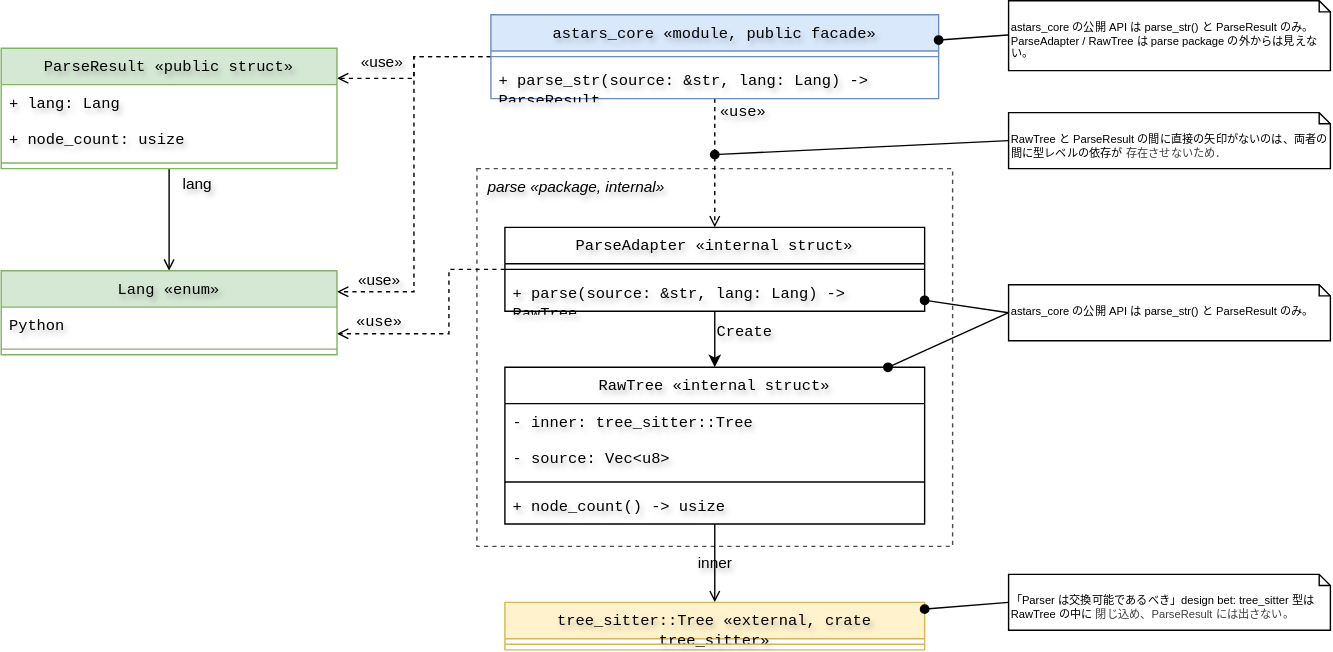
This is docs/architecture/core-parse-spike.drawio.svg from xwasoux/astars, a draw.io export, as it was before one commit. Source tidied: cells renumbered, new cells last; positions are measured from the earlier drawing's top-left corner, leaving out a move shared by most shapes.
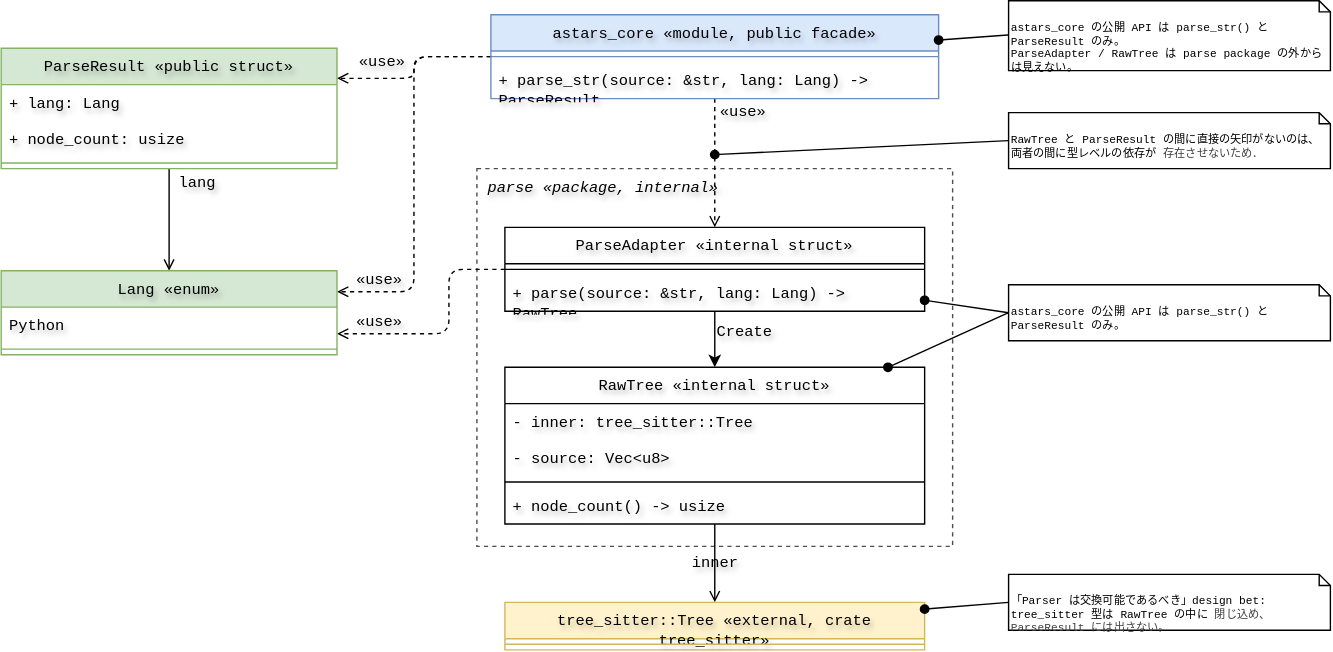
Later version of the same file.

Change to the diagram source:
```diff
@@ -2,19 +2,19 @@
   <root>
     <mxCell id="0" />
     <mxCell id="1" parent="0" />
-    <mxCell id="2" value="parse «package, internal»" style="rounded=0;dashed=1;fillColor=none;strokeColor=#4D4D4D;verticalAlign=top;fontStyle=2;align=left;spacingLeft=6;fontSize=11;textShadow=1;labelBackgroundColor=none;" parent="1" vertex="1">
+    <mxCell id="2" value="parse «package, internal»" style="rounded=0;dashed=1;fillColor=none;strokeColor=#4D4D4D;verticalAlign=top;fontStyle=2;align=left;spacingLeft=6;fontSize=11;textShadow=1;labelBackgroundColor=none;fontFamily=monospace;" parent="1" vertex="1">
       <mxGeometry x="340" y="120" width="340" height="270" as="geometry" />
     </mxCell>
-    <mxCell id="3" value="«use»" style="edgeStyle=orthogonalEdgeStyle;rounded=0;html=1;endArrow=open;endFill=0;dashed=1;textShadow=1;entryX=1;entryY=0.25;entryDx=0;entryDy=0;labelBackgroundColor=none;" parent="1" edge="1" source="19" target="26">
+    <mxCell id="3" value="«use»" style="edgeStyle=orthogonalEdgeStyle;rounded=1;html=1;endArrow=open;endFill=0;dashed=1;textShadow=1;entryX=1;entryY=0.25;entryDx=0;entryDy=0;labelBackgroundColor=none;curved=0;fontFamily=monospace;" parent="1" edge="1" source="19" target="26">
       <mxGeometry x="0.78" y="-8" relative="1" as="geometry" />
     </mxCell>
-    <mxCell id="4" value="«use»" style="edgeStyle=orthogonalEdgeStyle;rounded=0;html=1;endArrow=open;endFill=0;dashed=1;textShadow=1;entryX=1;entryY=0.25;entryDx=0;entryDy=0;labelBackgroundColor=none;" parent="1" edge="1" source="19" target="22">
+    <mxCell id="4" value="«use»" style="edgeStyle=orthogonalEdgeStyle;rounded=1;html=1;endArrow=open;endFill=0;dashed=1;textShadow=1;entryX=1;entryY=0.25;entryDx=0;entryDy=0;labelBackgroundColor=none;curved=0;fontFamily=monospace;" parent="1" edge="1" source="19" target="22">
       <mxGeometry x="0.5" y="-12" relative="1" as="geometry" />
     </mxCell>
     <mxCell id="5" value="&lt;span&gt;«use»&lt;/span&gt;" style="edgeStyle=orthogonalEdgeStyle;rounded=0;html=1;endArrow=open;endFill=0;dashed=1;textShadow=1;labelBackgroundColor=none;fontFamily=monospace;entryX=0.5;entryY=0;entryDx=0;entryDy=0;exitX=0.5;exitY=1;exitDx=0;exitDy=0;" parent="1" edge="1" source="19" target="16">
       <mxGeometry x="-0.78" y="20" relative="1" as="geometry" />
     </mxCell>
-    <mxCell id="6" value="«use»" style="edgeStyle=orthogonalEdgeStyle;rounded=0;html=1;endArrow=open;endFill=0;dashed=1;textShadow=1;labelBackgroundColor=none;fontFamily=monospace;entryX=1;entryY=0.75;entryDx=0;entryDy=0;" parent="1" edge="1" source="16" target="26">
+    <mxCell id="6" value="«use»" style="edgeStyle=orthogonalEdgeStyle;rounded=1;html=1;endArrow=open;endFill=0;dashed=1;textShadow=1;labelBackgroundColor=none;fontFamily=monospace;entryX=1;entryY=0.75;entryDx=0;entryDy=0;curved=0;" parent="1" edge="1" source="16" target="26">
       <mxGeometry x="0.64" y="-8" relative="1" as="geometry">
         <Array as="points">
           <mxPoint x="320" y="192" />
@@ -22,13 +22,13 @@
         </Array>
       </mxGeometry>
     </mxCell>
-    <mxCell id="7" value="lang" style="edgeStyle=orthogonalEdgeStyle;rounded=0;html=1;endArrow=open;endFill=0;textShadow=1;exitX=0.5;exitY=1;exitDx=0;exitDy=0;entryX=0.5;entryY=0;entryDx=0;entryDy=0;labelBackgroundColor=none;" parent="1" edge="1" source="22" target="26">
+    <mxCell id="7" value="lang" style="edgeStyle=orthogonalEdgeStyle;rounded=0;html=1;endArrow=open;endFill=0;textShadow=1;exitX=0.5;exitY=1;exitDx=0;exitDy=0;entryX=0.5;entryY=0;entryDx=0;entryDy=0;labelBackgroundColor=none;fontFamily=monospace;" parent="1" edge="1" source="22" target="26">
       <mxGeometry x="-0.71" y="20" relative="1" as="geometry" />
     </mxCell>
-    <mxCell id="8" value="inner" style="edgeStyle=orthogonalEdgeStyle;rounded=0;html=1;endArrow=open;endFill=0;textShadow=1;labelBackgroundColor=none;entryX=0.5;entryY=0;entryDx=0;entryDy=0;" parent="1" edge="1" source="9" target="29">
+    <mxCell id="8" value="inner" style="edgeStyle=orthogonalEdgeStyle;rounded=0;html=1;endArrow=open;endFill=0;textShadow=1;labelBackgroundColor=none;entryX=0.5;entryY=0;entryDx=0;entryDy=0;fontFamily=monospace;" parent="1" edge="1" source="9" target="29">
       <mxGeometry relative="1" as="geometry" />
     </mxCell>
-    <mxCell id="9" value="&lt;span style=&quot;color: rgb(0, 0, 0); font-family: monospace; font-size: 11px; font-weight: 400; text-align: left;&quot;&gt;RawTree «internal struct»&lt;/span&gt;" style="swimlane;fontStyle=1;align=center;verticalAlign=top;horizontal=1;startSize=26;whiteSpace=wrap;html=1;fontFamily=monospace;textShadow=1;labelBackgroundColor=none;" parent="1" vertex="1">
+    <mxCell id="9" value="&lt;span style=&quot;color: rgb(0, 0, 0); font-size: 11px; font-weight: 400; text-align: left;&quot;&gt;RawTree «internal struct»&lt;/span&gt;" style="swimlane;fontStyle=1;align=center;verticalAlign=top;horizontal=1;startSize=26;whiteSpace=wrap;html=1;fontFamily=monospace;textShadow=1;labelBackgroundColor=none;" parent="1" vertex="1">
       <mxGeometry x="360" y="262" width="300" height="112" as="geometry" />
     </mxCell>
     <mxCell id="10" value="&lt;span style=&quot;color: rgb(0, 0, 0); font-size: 11px;&quot;&gt;- inner: tree_sitter::Tree&lt;/span&gt;" style="text;strokeColor=none;fillColor=none;align=left;verticalAlign=top;spacingLeft=4;spacingRight=4;overflow=hidden;whiteSpace=wrap;html=1;fontFamily=monospace;textShadow=1;labelBackgroundColor=none;" parent="9" vertex="1">
@@ -37,16 +37,16 @@
     <mxCell id="11" value="&lt;span style=&quot;color: rgb(0, 0, 0); font-size: 11px;&quot;&gt;- source: Vec&amp;lt;u8&amp;gt;&lt;/span&gt;" style="text;strokeColor=none;fillColor=none;align=left;verticalAlign=top;spacingLeft=4;spacingRight=4;overflow=hidden;whiteSpace=wrap;html=1;fontFamily=monospace;textShadow=1;labelBackgroundColor=none;" parent="9" vertex="1">
       <mxGeometry y="52" width="300" height="26" as="geometry" />
     </mxCell>
-    <mxCell id="12" style="line;strokeWidth=1;fillColor=none;align=left;verticalAlign=middle;spacingTop=-1;spacingLeft=3;spacingRight=3;labelPosition=right;strokeColor=inherit;textShadow=1;labelBackgroundColor=none;" parent="9" vertex="1">
+    <mxCell id="12" style="line;strokeWidth=1;fillColor=none;align=left;verticalAlign=middle;spacingTop=-1;spacingLeft=3;spacingRight=3;labelPosition=right;strokeColor=inherit;textShadow=1;labelBackgroundColor=none;fontFamily=monospace;" parent="9" vertex="1">
       <mxGeometry y="78" width="300" height="8" as="geometry" />
     </mxCell>
     <mxCell id="13" value="&lt;span style=&quot;color: rgb(0, 0, 0); font-size: 11px;&quot;&gt;+ node_count() -&amp;gt; usize&lt;/span&gt;" style="text;strokeColor=none;fillColor=none;align=left;verticalAlign=top;spacingLeft=4;spacingRight=4;overflow=hidden;whiteSpace=wrap;html=1;fontFamily=monospace;textShadow=1;labelBackgroundColor=none;" parent="9" vertex="1">
       <mxGeometry y="86" width="300" height="26" as="geometry" />
     </mxCell>
-    <mxCell id="14" style="edgeStyle=none;html=1;exitX=0.5;exitY=1;exitDx=0;exitDy=0;entryX=0.5;entryY=0;entryDx=0;entryDy=0;textShadow=1;labelBackgroundColor=none;" parent="1" edge="1" source="16" target="9">
+    <mxCell id="14" style="edgeStyle=none;html=1;exitX=0.5;exitY=1;exitDx=0;exitDy=0;entryX=0.5;entryY=0;entryDx=0;entryDy=0;textShadow=1;labelBackgroundColor=none;fontFamily=monospace;" parent="1" edge="1" source="16" target="9">
       <mxGeometry relative="1" as="geometry" />
     </mxCell>
-    <mxCell id="15" value="&lt;font face=&quot;monospace&quot;&gt;Create&lt;/font&gt;" style="edgeLabel;html=1;align=center;verticalAlign=middle;textShadow=1;labelBackgroundColor=none;" parent="14" vertex="1">
+    <mxCell id="15" value="&lt;font&gt;Create&lt;/font&gt;" style="edgeLabel;html=1;align=center;verticalAlign=middle;textShadow=1;labelBackgroundColor=none;fontFamily=monospace;" parent="14" vertex="1">
       <mxGeometry x="-0.45" y="1" relative="1" as="geometry">
         <mxPoint x="19" y="3" as="offset" />
       </mxGeometry>
@@ -54,7 +54,7 @@
     <mxCell id="16" value="&lt;span style=&quot;color: rgb(0, 0, 0); font-size: 11px; font-weight: 400; text-align: left;&quot;&gt;ParseAdapter «internal struct»&lt;/span&gt;" style="swimlane;fontStyle=1;align=center;verticalAlign=top;horizontal=1;startSize=26;whiteSpace=wrap;html=1;fontFamily=monospace;textShadow=1;labelBackgroundColor=none;" parent="1" vertex="1">
       <mxGeometry x="360" y="162" width="300" height="60" as="geometry" />
     </mxCell>
-    <mxCell id="17" style="line;strokeWidth=1;fillColor=none;align=left;verticalAlign=middle;spacingTop=-1;spacingLeft=3;spacingRight=3;labelPosition=right;strokeColor=inherit;textShadow=1;labelBackgroundColor=none;" parent="16" vertex="1">
+    <mxCell id="17" style="line;strokeWidth=1;fillColor=none;align=left;verticalAlign=middle;spacingTop=-1;spacingLeft=3;spacingRight=3;labelPosition=right;strokeColor=inherit;textShadow=1;labelBackgroundColor=none;fontFamily=monospace;" parent="16" vertex="1">
       <mxGeometry y="26" width="300" height="8" as="geometry" />
     </mxCell>
     <mxCell id="18" value="&lt;span style=&quot;color: rgb(0, 0, 0); font-size: 11px;&quot;&gt;+ parse(source: &amp;amp;str, lang: Lang)&amp;nbsp;&lt;/span&gt;&lt;span style=&quot;color: rgb(0, 0, 0); font-size: 11px;&quot;&gt;-&amp;gt; RawTree&lt;/span&gt;" style="text;strokeColor=none;fillColor=none;align=left;verticalAlign=top;spacingLeft=4;spacingRight=4;overflow=hidden;whiteSpace=wrap;html=1;fontFamily=monospace;textShadow=1;labelBackgroundColor=none;" parent="16" vertex="1">
@@ -63,7 +63,7 @@
     <mxCell id="19" value="&lt;span style=&quot;color: rgb(0, 0, 0); font-size: 11px; font-weight: 400; text-align: left;&quot;&gt;astars_core «module, public facade»&lt;/span&gt;" style="swimlane;fontStyle=1;align=center;verticalAlign=top;horizontal=1;startSize=26;whiteSpace=wrap;html=1;fontFamily=monospace;textShadow=1;fillColor=#dae8fc;strokeColor=#6c8ebf;labelBackgroundColor=none;" parent="1" vertex="1">
       <mxGeometry x="350" y="10" width="320" height="60" as="geometry" />
     </mxCell>
-    <mxCell id="20" style="line;strokeWidth=1;fillColor=none;align=left;verticalAlign=middle;spacingTop=-1;spacingLeft=3;spacingRight=3;labelPosition=right;strokeColor=inherit;textShadow=1;labelBackgroundColor=none;" parent="19" vertex="1">
+    <mxCell id="20" style="line;strokeWidth=1;fillColor=none;align=left;verticalAlign=middle;spacingTop=-1;spacingLeft=3;spacingRight=3;labelPosition=right;strokeColor=inherit;textShadow=1;labelBackgroundColor=none;fontFamily=monospace;" parent="19" vertex="1">
       <mxGeometry y="26" width="320" height="8" as="geometry" />
     </mxCell>
     <mxCell id="21" value="&lt;span style=&quot;color: rgb(0, 0, 0); font-size: 11px;&quot;&gt;+ parse_str(source: &amp;amp;str, lang: Lang)&amp;nbsp;&lt;/span&gt;&lt;span style=&quot;color: rgb(0, 0, 0); font-size: 11px;&quot;&gt;-&amp;gt; ParseResult&lt;/span&gt;" style="text;strokeColor=none;fillColor=none;align=left;verticalAlign=top;spacingLeft=4;spacingRight=4;overflow=hidden;whiteSpace=wrap;html=1;fontFamily=monospace;textShadow=1;labelBackgroundColor=none;" parent="19" vertex="1">
@@ -78,7 +78,7 @@
     <mxCell id="24" value="&lt;span style=&quot;color: rgb(0, 0, 0); font-size: 11px;&quot;&gt;+ node_count: usize&lt;/span&gt;" style="text;strokeColor=none;fillColor=none;align=left;verticalAlign=top;spacingLeft=4;spacingRight=4;overflow=hidden;whiteSpace=wrap;html=1;fontFamily=monospace;textShadow=1;labelBackgroundColor=none;" parent="22" vertex="1">
       <mxGeometry y="52" width="240" height="26" as="geometry" />
     </mxCell>
-    <mxCell id="25" style="line;strokeWidth=1;fillColor=none;align=left;verticalAlign=middle;spacingTop=-1;spacingLeft=3;spacingRight=3;labelPosition=right;strokeColor=inherit;textShadow=1;labelBackgroundColor=none;" parent="22" vertex="1">
+    <mxCell id="25" style="line;strokeWidth=1;fillColor=none;align=left;verticalAlign=middle;spacingTop=-1;spacingLeft=3;spacingRight=3;labelPosition=right;strokeColor=inherit;textShadow=1;labelBackgroundColor=none;fontFamily=monospace;" parent="22" vertex="1">
       <mxGeometry y="78" width="240" height="8" as="geometry" />
     </mxCell>
     <mxCell id="26" value="&lt;span style=&quot;color: rgb(0, 0, 0); font-size: 11px; font-weight: 400; text-align: left;&quot;&gt;Lang «enum»&lt;/span&gt;" style="swimlane;fontStyle=1;align=center;verticalAlign=top;horizontal=1;startSize=26;whiteSpace=wrap;html=1;fontFamily=monospace;textShadow=1;fillColor=#d5e8d4;strokeColor=#82b366;labelBackgroundColor=none;" parent="1" vertex="1">
@@ -87,42 +87,42 @@
     <mxCell id="27" value="&lt;span style=&quot;color: rgb(0, 0, 0); font-size: 11px;&quot;&gt;Python&lt;/span&gt;" style="text;strokeColor=none;fillColor=none;align=left;verticalAlign=top;spacingLeft=4;spacingRight=4;overflow=hidden;whiteSpace=wrap;html=1;fontFamily=monospace;textShadow=1;labelBackgroundColor=none;" parent="26" vertex="1">
       <mxGeometry y="26" width="240" height="26" as="geometry" />
     </mxCell>
-    <mxCell id="28" style="line;strokeWidth=1;fillColor=none;align=left;verticalAlign=middle;spacingTop=-1;spacingLeft=3;spacingRight=3;labelPosition=right;strokeColor=inherit;textShadow=1;labelBackgroundColor=none;" parent="26" vertex="1">
+    <mxCell id="28" style="line;strokeWidth=1;fillColor=none;align=left;verticalAlign=middle;spacingTop=-1;spacingLeft=3;spacingRight=3;labelPosition=right;strokeColor=inherit;textShadow=1;labelBackgroundColor=none;fontFamily=monospace;" parent="26" vertex="1">
       <mxGeometry y="52" width="240" height="8" as="geometry" />
     </mxCell>
     <mxCell id="29" value="&lt;span style=&quot;color: rgb(0, 0, 0); font-size: 11px; font-weight: 400; text-align: left;&quot;&gt;tree_sitter::Tree «external, crate tree_sitter»&lt;/span&gt;" style="swimlane;fontStyle=1;align=center;verticalAlign=top;horizontal=1;startSize=26;whiteSpace=wrap;html=1;fontFamily=monospace;textShadow=1;fillColor=#fff2cc;strokeColor=#d6b656;labelBackgroundColor=none;" parent="1" vertex="1">
       <mxGeometry x="360" y="430" width="300" height="34" as="geometry" />
     </mxCell>
-    <mxCell id="30" style="line;strokeWidth=1;fillColor=none;align=left;verticalAlign=middle;spacingTop=-1;spacingLeft=3;spacingRight=3;labelPosition=right;strokeColor=inherit;textShadow=1;labelBackgroundColor=none;" parent="29" vertex="1">
+    <mxCell id="30" style="line;strokeWidth=1;fillColor=none;align=left;verticalAlign=middle;spacingTop=-1;spacingLeft=3;spacingRight=3;labelPosition=right;strokeColor=inherit;textShadow=1;labelBackgroundColor=none;fontFamily=monospace;" parent="29" vertex="1">
       <mxGeometry y="26" width="300" height="8" as="geometry" />
     </mxCell>
-    <mxCell id="31" style="edgeStyle=none;html=1;exitX=0.261;exitY=0.4;exitDx=0;exitDy=0;exitPerimeter=0;endArrow=oval;endFill=1;" parent="1" edge="1" source="32" target="19">
+    <mxCell id="31" style="edgeStyle=none;html=1;exitX=0.261;exitY=0.4;exitDx=0;exitDy=0;exitPerimeter=0;endArrow=oval;endFill=1;fontFamily=monospace;" parent="1" edge="1" source="32" target="19">
       <mxGeometry relative="1" as="geometry" />
     </mxCell>
-    <mxCell id="32" value="&lt;span style=&quot;color: rgb(0, 0, 0);&quot;&gt;astars_core の公開 API は parse_str() と ParseResult のみ。&lt;br&gt;&lt;/span&gt;&lt;div&gt;&lt;span style=&quot;color: rgb(0, 0, 0);&quot;&gt;ParseAdapter / RawTree は parse package の外からは見えない。&lt;/span&gt;&lt;/div&gt;" style="shape=note2;boundedLbl=1;whiteSpace=wrap;html=1;size=8;verticalAlign=top;align=left;fontSize=8;" parent="1" vertex="1">
+    <mxCell id="32" value="&lt;span style=&quot;color: rgb(0, 0, 0);&quot;&gt;astars_core の公開 API は parse_str() と ParseResult のみ。&lt;br&gt;&lt;/span&gt;&lt;div&gt;&lt;span style=&quot;color: rgb(0, 0, 0);&quot;&gt;ParseAdapter / RawTree は parse package の外からは見えない。&lt;/span&gt;&lt;/div&gt;" style="shape=note2;boundedLbl=1;whiteSpace=wrap;html=1;size=8;verticalAlign=top;align=left;fontSize=8;fontFamily=monospace;" parent="1" vertex="1">
       <mxGeometry x="720" width="230" height="50" as="geometry" />
     </mxCell>
-    <mxCell id="33" style="edgeStyle=none;html=1;exitX=0;exitY=0.5;exitDx=0;exitDy=0;exitPerimeter=0;endArrow=oval;endFill=1;" parent="1" edge="1" source="34" target="16">
+    <mxCell id="33" style="edgeStyle=none;html=1;exitX=0;exitY=0.5;exitDx=0;exitDy=0;exitPerimeter=0;endArrow=oval;endFill=1;fontFamily=monospace;" parent="1" edge="1" source="34" target="16">
       <mxGeometry relative="1" as="geometry" />
     </mxCell>
-    <mxCell id="34" value="&lt;span style=&quot;color: rgb(0, 0, 0);&quot;&gt;astars_core の公開 API は parse_str() と ParseResult のみ。&lt;/span&gt;" style="shape=note2;boundedLbl=1;whiteSpace=wrap;html=1;size=8;verticalAlign=top;align=left;fontSize=8;" parent="1" vertex="1">
+    <mxCell id="34" value="&lt;span style=&quot;color: rgb(0, 0, 0);&quot;&gt;astars_core の公開 API は parse_str() と ParseResult のみ。&lt;/span&gt;" style="shape=note2;boundedLbl=1;whiteSpace=wrap;html=1;size=8;verticalAlign=top;align=left;fontSize=8;fontFamily=monospace;" parent="1" vertex="1">
       <mxGeometry x="720" y="203" width="230" height="40" as="geometry" />
     </mxCell>
-    <mxCell id="35" style="edgeStyle=none;html=1;exitX=0;exitY=0.5;exitDx=0;exitDy=0;exitPerimeter=0;endArrow=oval;endFill=1;" parent="1" edge="1" source="34" target="9">
+    <mxCell id="35" style="edgeStyle=none;html=1;exitX=0;exitY=0.5;exitDx=0;exitDy=0;exitPerimeter=0;endArrow=oval;endFill=1;fontFamily=monospace;" parent="1" edge="1" source="34" target="9">
       <mxGeometry relative="1" as="geometry" />
     </mxCell>
-    <mxCell id="36" style="edgeStyle=none;html=1;exitX=0;exitY=0.5;exitDx=0;exitDy=0;exitPerimeter=0;endArrow=oval;endFill=1;" parent="1" edge="1" source="37" target="29">
+    <mxCell id="36" style="edgeStyle=none;html=1;exitX=0;exitY=0.5;exitDx=0;exitDy=0;exitPerimeter=0;endArrow=oval;endFill=1;fontFamily=monospace;" parent="1" edge="1" source="37" target="29">
       <mxGeometry relative="1" as="geometry" />
     </mxCell>
-    <mxCell id="37" value="「Parser は交換可能であるべき」design bet: tree_sitter 型は RawTree の中に&lt;span style=&quot;color: rgb(63, 63, 63); background-color: transparent;&quot;&gt;閉じ込め、ParseResult には出さない。&lt;/span&gt;" style="shape=note2;boundedLbl=1;whiteSpace=wrap;html=1;size=8;verticalAlign=top;align=left;fontSize=8;" parent="1" vertex="1">
+    <mxCell id="37" value="「Parser は交換可能であるべき」design bet: tree_sitter 型は RawTree の中に&lt;span style=&quot;color: rgb(63, 63, 63); background-color: transparent;&quot;&gt;閉じ込め、ParseResult には出さない。&lt;/span&gt;" style="shape=note2;boundedLbl=1;whiteSpace=wrap;html=1;size=8;verticalAlign=top;align=left;fontSize=8;fontFamily=monospace;" parent="1" vertex="1">
       <mxGeometry x="720" y="410" width="230" height="40" as="geometry" />
     </mxCell>
-    <mxCell id="38" style="edgeStyle=none;html=1;exitX=0;exitY=0.5;exitDx=0;exitDy=0;exitPerimeter=0;endArrow=oval;endFill=1;" parent="1" edge="1" source="39">
+    <mxCell id="38" style="edgeStyle=none;html=1;exitX=0;exitY=0.5;exitDx=0;exitDy=0;exitPerimeter=0;endArrow=oval;endFill=1;fontFamily=monospace;" parent="1" edge="1" source="39">
       <mxGeometry relative="1" as="geometry">
         <mxPoint x="510" y="110" as="targetPoint" />
       </mxGeometry>
     </mxCell>
-    <mxCell id="39" value="RawTree と ParseResult の間に直接の矢印がないのは、両者の間に型レベルの依存が&lt;span style=&quot;color: rgb(63, 63, 63); background-color: transparent;&quot;&gt;存在させないため．&lt;/span&gt;" style="shape=note2;boundedLbl=1;whiteSpace=wrap;html=1;size=8;verticalAlign=top;align=left;fontSize=8;" parent="1" vertex="1">
+    <mxCell id="39" value="RawTree と ParseResult の間に直接の矢印がないのは、両者の間に型レベルの依存が&lt;span style=&quot;color: rgb(63, 63, 63); background-color: transparent;&quot;&gt;存在させないため．&lt;/span&gt;" style="shape=note2;boundedLbl=1;whiteSpace=wrap;html=1;size=8;verticalAlign=top;align=left;fontSize=8;fontFamily=monospace;" parent="1" vertex="1">
       <mxGeometry x="720" y="80" width="230" height="40" as="geometry" />
     </mxCell>
   </root>
```
